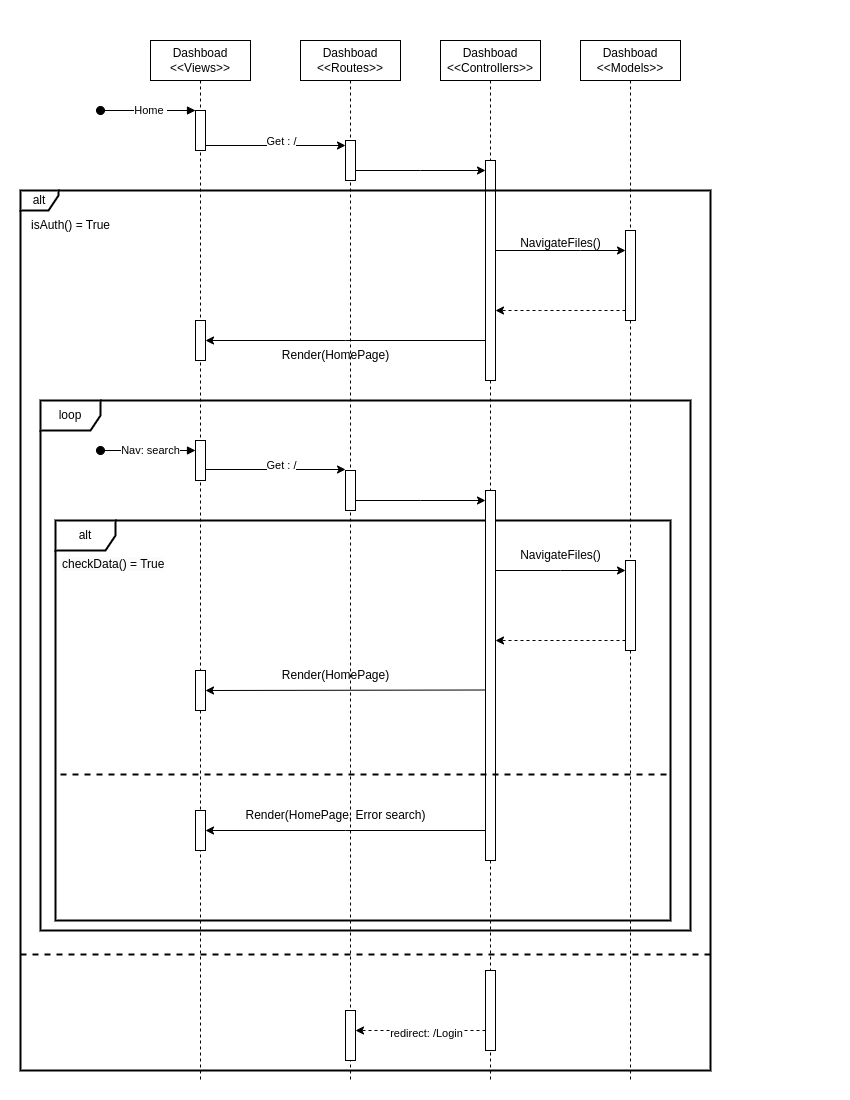
This is seq diagram/Navigation seq.png from AyoubCherguelaine/Drive-app, a draw.io export, as it was before one commit. Source tidied: cells renumbered, new cells last; positions are measured from the earlier drawing's top-left corner, leaving out a move shared by most shapes.
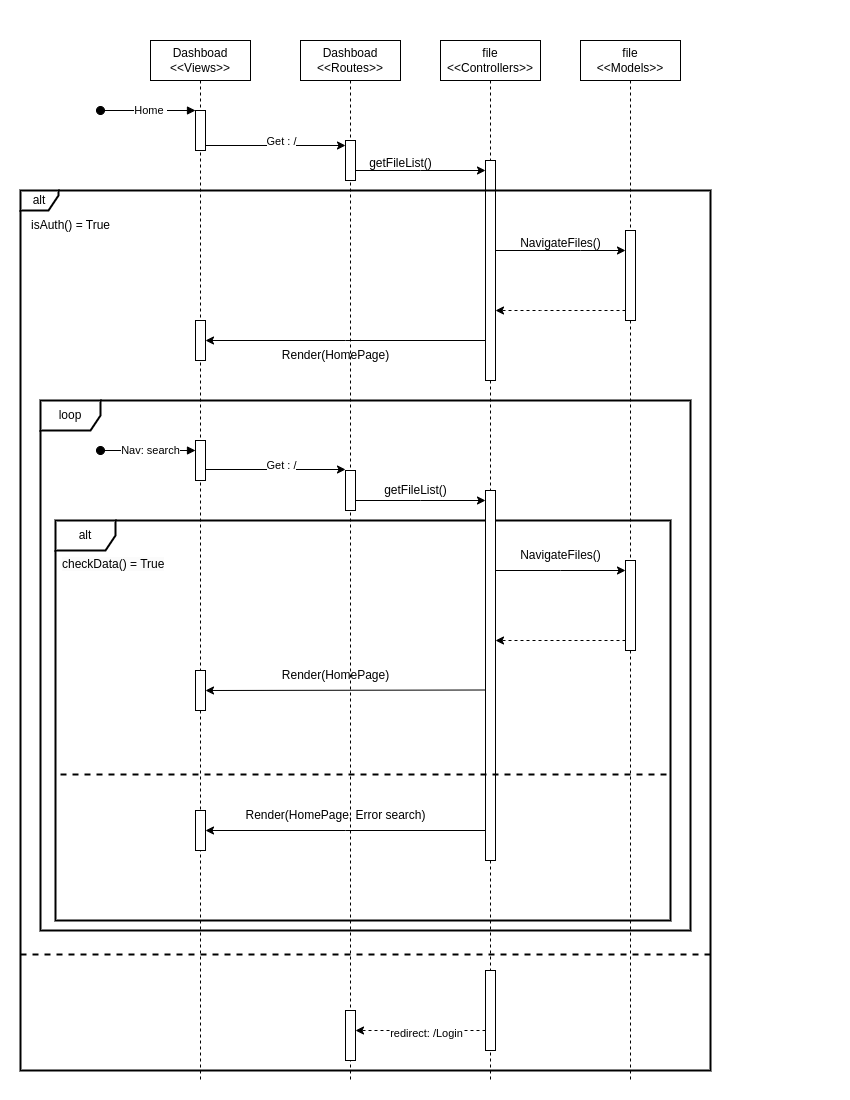
The same file after the commit.

The edit, as a diff of the source:
```diff
@@ -28,13 +28,13 @@
     <mxCell id="9" style="html=1;points=[];perimeter=orthogonalPerimeter;outlineConnect=0;targetShapes=umlLifeline;portConstraint=eastwest;newEdgeStyle={&quot;edgeStyle&quot;:&quot;elbowEdgeStyle&quot;,&quot;elbow&quot;:&quot;vertical&quot;,&quot;curved&quot;:0,&quot;rounded&quot;:0};direction=west;" parent="7" vertex="1">
       <mxGeometry x="45" y="970" width="10" height="50" as="geometry" />
     </mxCell>
-    <mxCell id="10" value="Dashboad&lt;br style=&quot;border-color: var(--border-color);&quot;&gt;&amp;lt;&amp;lt;Controllers&amp;gt;&amp;gt;" style="shape=umlLifeline;perimeter=lifelinePerimeter;whiteSpace=wrap;html=1;newEdgeStyle={&quot;edgeStyle&quot;:&quot;elbowEdgeStyle&quot;,&quot;elbow&quot;:&quot;vertical&quot;,&quot;curved&quot;:0,&quot;rounded&quot;:0};" parent="1" vertex="1">
+    <mxCell id="10" value="file&lt;br style=&quot;border-color: var(--border-color);&quot;&gt;&amp;lt;&amp;lt;Controllers&amp;gt;&amp;gt;" style="shape=umlLifeline;perimeter=lifelinePerimeter;whiteSpace=wrap;html=1;newEdgeStyle={&quot;edgeStyle&quot;:&quot;elbowEdgeStyle&quot;,&quot;elbow&quot;:&quot;vertical&quot;,&quot;curved&quot;:0,&quot;rounded&quot;:0};" parent="1" vertex="1">
       <mxGeometry x="420" width="100" height="1040" as="geometry" />
     </mxCell>
     <mxCell id="11" style="html=1;points=[];perimeter=orthogonalPerimeter;outlineConnect=0;targetShapes=umlLifeline;portConstraint=eastwest;newEdgeStyle={&quot;edgeStyle&quot;:&quot;elbowEdgeStyle&quot;,&quot;elbow&quot;:&quot;vertical&quot;,&quot;curved&quot;:0,&quot;rounded&quot;:0};" parent="10" vertex="1">
       <mxGeometry x="45" y="120" width="10" height="220" as="geometry" />
     </mxCell>
-    <mxCell id="12" value="Dashboad&lt;br style=&quot;border-color: var(--border-color);&quot;&gt;&amp;lt;&amp;lt;Models&amp;gt;&amp;gt;" style="shape=umlLifeline;perimeter=lifelinePerimeter;whiteSpace=wrap;html=1;newEdgeStyle={&quot;edgeStyle&quot;:&quot;elbowEdgeStyle&quot;,&quot;elbow&quot;:&quot;vertical&quot;,&quot;curved&quot;:0,&quot;rounded&quot;:0};" parent="1" vertex="1">
+    <mxCell id="12" value="file&lt;br style=&quot;border-color: var(--border-color);&quot;&gt;&amp;lt;&amp;lt;Models&amp;gt;&amp;gt;" style="shape=umlLifeline;perimeter=lifelinePerimeter;whiteSpace=wrap;html=1;newEdgeStyle={&quot;edgeStyle&quot;:&quot;elbowEdgeStyle&quot;,&quot;elbow&quot;:&quot;vertical&quot;,&quot;curved&quot;:0,&quot;rounded&quot;:0};" parent="1" vertex="1">
       <mxGeometry x="560" width="100" height="1040" as="geometry" />
     </mxCell>
     <mxCell id="13" style="html=1;points=[];perimeter=orthogonalPerimeter;outlineConnect=0;targetShapes=umlLifeline;portConstraint=eastwest;newEdgeStyle={&quot;edgeStyle&quot;:&quot;elbowEdgeStyle&quot;,&quot;elbow&quot;:&quot;vertical&quot;,&quot;curved&quot;:0,&quot;rounded&quot;:0};" parent="12" vertex="1">
@@ -179,5 +179,11 @@
     <mxCell id="49" value="Render(HomePage, Error search)" style="text;html=1;align=center;verticalAlign=middle;strokeColor=none;fillColor=none;" parent="1" vertex="1">
       <mxGeometry x="215" y="760" width="200" height="30" as="geometry" />
     </mxCell>
+    <mxCell id="50" value="getFileList()" style="text;html=1;align=center;verticalAlign=middle;strokeColor=none;fillColor=none;" parent="1" vertex="1">
+      <mxGeometry x="335" y="108" width="90" height="30" as="geometry" />
+    </mxCell>
+    <mxCell id="51" value="getFileList()" style="text;html=1;align=center;verticalAlign=middle;strokeColor=none;fillColor=none;" parent="1" vertex="1">
+      <mxGeometry x="350" y="435" width="90" height="30" as="geometry" />
+    </mxCell>
   </root>
 </mxGraphModel>
```
